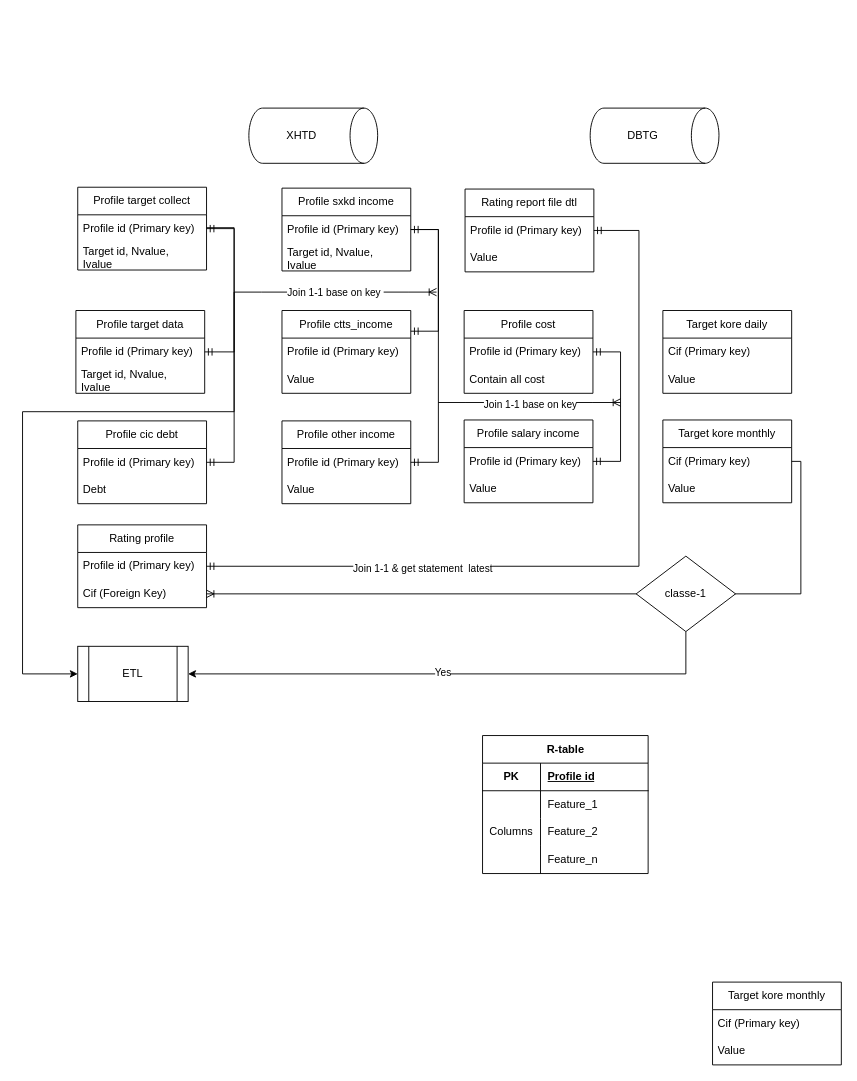
The draw.io diagram Data_model_Bscore.drawio in Midland-tanaka/XHTD, before the edit. Source tidied: cells renumbered, new cells numbered last; positions are measured from the earlier drawing's top-left corner, leaving out a move shared by most shapes. Both pictures are drawn from the tidied source at 92%, with x=0, y=0 at pixel (22, 108).
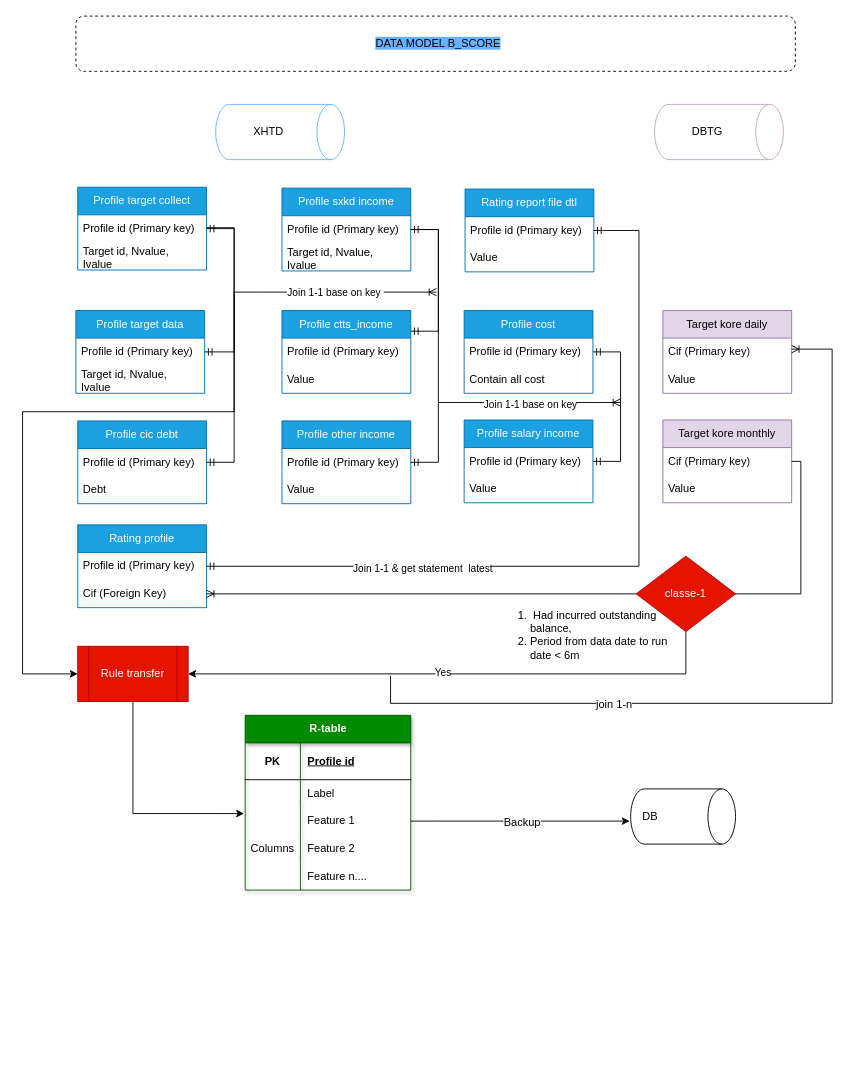
Above is the later version.

Diff of the diagram source:
```diff
@@
+    <mxCell id="73" value="&lt;ol&gt;&lt;li&gt;&amp;nbsp;Had incurred outstanding balance,&lt;/li&gt;&lt;li&gt;Period from data date to run date &amp;lt; 6m&lt;/li&gt;&lt;/ol&gt;" style="text;strokeColor=none;fillColor=none;html=1;whiteSpace=wrap;verticalAlign=middle;overflow=hidden;fontSize=12;fontFamily=Helvetica;fontColor=default;align=left;shadow=1;" parent="1" vertex="1">
+      <mxGeometry x="510" y="530" width="205" height="80" as="geometry" />
+    </mxCell>
-    <mxCell id="2" value="XHTD" style="shape=cylinder3;whiteSpace=wrap;html=1;boundedLbl=1;backgroundOutline=1;size=15;direction=south;" parent="1" vertex="1">
-      <mxGeometry x="246" width="140" height="60" as="geometry" />
+    <mxCell id="2" value="XHTD" style="shape=cylinder3;whiteSpace=wrap;html=1;boundedLbl=1;backgroundOutline=1;size=15;direction=south;labelBackgroundColor=default;strokeColor=#66B2FF;" parent="1" vertex="1">
+      <mxGeometry x="210" y="-4" width="140" height="60" as="geometry" />
     </mxCell>
-    <mxCell id="3" value="Rating profile" style="swimlane;fontStyle=0;horizontal=1;startSize=30;whiteSpace=wrap;html=1;" parent="1" vertex="1">
+    <mxCell id="3" value="Rating profile" style="swimlane;fontStyle=0;horizontal=1;startSize=30;whiteSpace=wrap;html=1;fillColor=#1ba1e2;fontColor=#ffffff;strokeColor=#006EAF;" parent="1" vertex="1">
       <mxGeometry x="60" y="453" width="140" height="90" as="geometry" />
     </mxCell>
@@
-    <mxCell id="6" value="Target kore monthly" style="swimlane;fontStyle=0;horizontal=1;startSize=30;whiteSpace=wrap;html=1;" parent="1" vertex="1">
+    <mxCell id="6" value="Target kore monthly" style="swimlane;fontStyle=0;horizontal=1;startSize=30;whiteSpace=wrap;html=1;fillColor=#e1d5e7;strokeColor=#9673a6;" parent="1" vertex="1">
       <mxGeometry x="696" y="339" width="140" height="90" as="geometry" />
     </mxCell>
@@
-    <mxCell id="9" value="Profile target collect" style="swimlane;fontStyle=0;horizontal=1;startSize=30;whiteSpace=wrap;html=1;" parent="1" vertex="1">
+    <mxCell id="9" value="Profile target collect" style="swimlane;fontStyle=0;horizontal=1;startSize=30;whiteSpace=wrap;html=1;fillColor=#1ba1e2;fontColor=#ffffff;strokeColor=#006EAF;" parent="1" vertex="1">
       <mxGeometry x="60" y="86" width="140" height="90" as="geometry" />
     </mxCell>
@@
-    <mxCell id="12" value="Profile ctts_income" style="swimlane;fontStyle=0;horizontal=1;startSize=30;whiteSpace=wrap;html=1;" parent="1" vertex="1">
+    <mxCell id="12" value="Profile ctts_income" style="swimlane;fontStyle=0;horizontal=1;startSize=30;whiteSpace=wrap;html=1;fillColor=#1ba1e2;fontColor=#ffffff;strokeColor=#006EAF;" parent="1" vertex="1">
       <mxGeometry x="282" y="220" width="140" height="90" as="geometry" />
     </mxCell>
@@
-    <mxCell id="15" value="Target kore monthly" style="swimlane;fontStyle=0;horizontal=1;startSize=30;whiteSpace=wrap;html=1;" parent="1" vertex="1">
-      <mxGeometry x="750" y="950" width="140" height="90" as="geometry" />
-    </mxCell>
-    <mxCell id="16" value="Cif (Primary key)" style="text;strokeColor=none;fillColor=none;align=left;verticalAlign=middle;spacingLeft=4;spacingRight=4;overflow=hidden;whiteSpace=wrap;html=1;" parent="15" vertex="1">
-      <mxGeometry y="30" width="140" height="30" as="geometry" />
-    </mxCell>
-    <mxCell id="17" value="Value" style="text;strokeColor=none;fillColor=none;align=left;verticalAlign=middle;spacingLeft=4;spacingRight=4;overflow=hidden;whiteSpace=wrap;html=1;" parent="15" vertex="1">
-      <mxGeometry y="60" width="140" height="30" as="geometry" />
-    </mxCell>
-    <mxCell id="18" value="Profile cost" style="swimlane;fontStyle=0;horizontal=1;startSize=30;whiteSpace=wrap;html=1;" parent="1" vertex="1">
+    <mxCell id="18" value="Profile cost" style="swimlane;fontStyle=0;horizontal=1;startSize=30;whiteSpace=wrap;html=1;fillColor=#1ba1e2;fontColor=#ffffff;strokeColor=#006EAF;" parent="1" vertex="1">
       <mxGeometry x="480" y="220" width="140" height="90" as="geometry" />
     </mxCell>
@@
-    <mxCell id="21" value="Profile target data" style="swimlane;fontStyle=0;horizontal=1;startSize=30;whiteSpace=wrap;html=1;" parent="1" vertex="1">
+    <mxCell id="21" value="Profile target data" style="swimlane;fontStyle=0;horizontal=1;startSize=30;whiteSpace=wrap;html=1;strokeColor=#006EAF;fillColor=#1ba1e2;fontColor=#ffffff;" parent="1" vertex="1">
       <mxGeometry x="58" y="220" width="140" height="90" as="geometry" />
     </mxCell>
@@
-    <mxCell id="24" value="Profile cic debt" style="swimlane;fontStyle=0;horizontal=1;startSize=30;whiteSpace=wrap;html=1;" parent="1" vertex="1">
+    <mxCell id="24" value="Profile cic debt" style="swimlane;fontStyle=0;horizontal=1;startSize=30;whiteSpace=wrap;html=1;fillColor=#1ba1e2;fontColor=#ffffff;strokeColor=#006EAF;" parent="1" vertex="1">
       <mxGeometry x="60" y="340" width="140" height="90" as="geometry" />
     </mxCell>
@@
-    <mxCell id="27" value="Profile sxkd income" style="swimlane;fontStyle=0;horizontal=1;startSize=30;whiteSpace=wrap;html=1;" parent="1" vertex="1">
+    <mxCell id="27" value="Profile sxkd income" style="swimlane;fontStyle=0;horizontal=1;startSize=30;whiteSpace=wrap;html=1;fillColor=#1ba1e2;fontColor=#ffffff;strokeColor=#006EAF;" parent="1" vertex="1">
       <mxGeometry x="282" y="87" width="140" height="90" as="geometry" />
     </mxCell>
@@
-    <mxCell id="30" value="Profile other income" style="swimlane;fontStyle=0;horizontal=1;startSize=30;whiteSpace=wrap;html=1;" parent="1" vertex="1">
+    <mxCell id="30" value="Profile other income" style="swimlane;fontStyle=0;horizontal=1;startSize=30;whiteSpace=wrap;html=1;fillColor=#1ba1e2;fontColor=#ffffff;strokeColor=#006EAF;" parent="1" vertex="1">
       <mxGeometry x="282" y="340" width="140" height="90" as="geometry" />
     </mxCell>
@@
-    <mxCell id="33" value="Profile salary income" style="swimlane;fontStyle=0;horizontal=1;startSize=30;whiteSpace=wrap;html=1;" parent="1" vertex="1">
+    <mxCell id="33" value="Profile salary income" style="swimlane;fontStyle=0;horizontal=1;startSize=30;whiteSpace=wrap;html=1;fillColor=#1ba1e2;fontColor=#ffffff;strokeColor=#006EAF;" parent="1" vertex="1">
       <mxGeometry x="480" y="339" width="140" height="90" as="geometry" />
     </mxCell>
@@
-    <mxCell id="36" value="DBTG" style="shape=cylinder3;whiteSpace=wrap;html=1;boundedLbl=1;backgroundOutline=1;size=15;direction=south;" parent="1" vertex="1">
-      <mxGeometry x="617" width="140" height="60" as="geometry" />
+    <mxCell id="36" value="DBTG" style="shape=cylinder3;whiteSpace=wrap;html=1;boundedLbl=1;backgroundOutline=1;size=15;direction=south;strokeColor=#CDA2BE;" parent="1" vertex="1">
+      <mxGeometry x="687" y="-4" width="140" height="60" as="geometry" />
     </mxCell>
@@
-    <mxCell id="39" value="Rating report file dtl" style="swimlane;fontStyle=0;horizontal=1;startSize=30;whiteSpace=wrap;html=1;" parent="1" vertex="1">
+    <mxCell id="39" value="Rating report file dtl" style="swimlane;fontStyle=0;horizontal=1;startSize=30;whiteSpace=wrap;html=1;fillColor=#1ba1e2;fontColor=#ffffff;strokeColor=#006EAF;" parent="1" vertex="1">
       <mxGeometry x="481" y="88" width="140" height="90" as="geometry" />
     </mxCell>
@@
-    <mxCell id="42" value="R-table" style="shape=table;startSize=30;childLayout=tableLayout;rowLines=0;fontStyle=1;align=center;html=1;" parent="1" vertex="1">
-      <mxGeometry x="500" y="682" width="180" height="150" as="geometry" />
-    </mxCell>
-    <mxCell id="43" style="shape=tableRow;horizontal=0;startSize=0;swimlaneHead=0;swimlaneBody=0;fillColor=none;top=0;left=0;right=0;bottom=1;" parent="42" vertex="1">
-      <mxGeometry y="30" width="180" height="30" as="geometry" />
-    </mxCell>
-    <mxCell id="44" value="PK" style="shape=partialRectangle;fillColor=none;top=0;left=0;bottom=0;right=0;fontStyle=1;overflow=hidden;whiteSpace=wrap;html=1;" parent="43" vertex="1">
-      <mxGeometry width="63" height="30" as="geometry" />
-    </mxCell>
-    <mxCell id="45" value="Profile id" style="shape=partialRectangle;fillColor=none;top=0;left=0;bottom=0;right=0;align=left;spacingLeft=6;fontStyle=5;overflow=hidden;whiteSpace=wrap;html=1;" parent="43" vertex="1">
-      <mxGeometry x="63" width="117" height="30" as="geometry" />
-    </mxCell>
-    <mxCell id="46" style="shape=tableRow;horizontal=0;startSize=0;swimlaneHead=0;swimlaneBody=0;fillColor=none;top=0;left=0;right=0;bottom=0;" parent="42" vertex="1">
-      <mxGeometry y="60" width="180" height="30" as="geometry" />
-    </mxCell>
-    <mxCell id="47" style="shape=partialRectangle;fillColor=none;top=0;left=0;bottom=0;right=0;overflow=hidden;whiteSpace=wrap;html=1;" parent="46" vertex="1">
-      <mxGeometry width="63" height="30" as="geometry" />
-    </mxCell>
-    <mxCell id="48" value="Feature_1" style="shape=partialRectangle;fillColor=none;top=0;left=0;bottom=0;right=0;align=left;spacingLeft=6;overflow=hidden;whiteSpace=wrap;html=1;" parent="46" vertex="1">
-      <mxGeometry x="63" width="117" height="30" as="geometry" />
-    </mxCell>
-    <mxCell id="49" style="shape=tableRow;horizontal=0;startSize=0;swimlaneHead=0;swimlaneBody=0;fillColor=none;top=0;left=0;right=0;bottom=0;" parent="42" vertex="1">
-      <mxGeometry y="90" width="180" height="30" as="geometry" />
-    </mxCell>
-    <mxCell id="50" value="Columns" style="shape=partialRectangle;fillColor=none;top=0;left=0;bottom=0;right=0;overflow=hidden;whiteSpace=wrap;html=1;" parent="49" vertex="1">
-      <mxGeometry width="63" height="30" as="geometry" />
-    </mxCell>
-    <mxCell id="51" value="Feature_2" style="shape=partialRectangle;fillColor=none;top=0;left=0;bottom=0;right=0;align=left;spacingLeft=6;overflow=hidden;whiteSpace=wrap;html=1;" parent="49" vertex="1">
-      <mxGeometry x="63" width="117" height="30" as="geometry" />
-    </mxCell>
-    <mxCell id="52" style="shape=tableRow;horizontal=0;startSize=0;swimlaneHead=0;swimlaneBody=0;fillColor=none;top=0;left=0;right=0;bottom=0;" parent="42" vertex="1">
-      <mxGeometry y="120" width="180" height="30" as="geometry" />
-    </mxCell>
-    <mxCell id="53" style="shape=partialRectangle;fillColor=none;top=0;left=0;bottom=0;right=0;overflow=hidden;whiteSpace=wrap;html=1;" parent="52" vertex="1">
-      <mxGeometry width="63" height="30" as="geometry" />
-    </mxCell>
-    <mxCell id="54" value="Feature_n" style="shape=partialRectangle;fillColor=none;top=0;left=0;bottom=0;right=0;align=left;spacingLeft=6;overflow=hidden;whiteSpace=wrap;html=1;" parent="52" vertex="1">
-      <mxGeometry x="63" width="117" height="30" as="geometry" />
-    </mxCell>
@@
-    <mxCell id="60" value="Target kore daily" style="swimlane;fontStyle=0;horizontal=1;startSize=30;whiteSpace=wrap;html=1;" parent="1" vertex="1">
+    <mxCell id="60" value="Target kore daily" style="swimlane;fontStyle=0;horizontal=1;startSize=30;whiteSpace=wrap;html=1;fillColor=#e1d5e7;strokeColor=#9673a6;" parent="1" vertex="1">
       <mxGeometry x="696" y="220" width="140" height="90" as="geometry" />
     </mxCell>
@@
-    <mxCell id="68" value="classe-1" style="shape=rhombus;perimeter=rhombusPerimeter;whiteSpace=wrap;html=1;align=center;" parent="1" vertex="1">
+    <mxCell id="68" value="classe-1" style="shape=rhombus;perimeter=rhombusPerimeter;whiteSpace=wrap;html=1;align=center;fillColor=#e51400;fontColor=#ffffff;strokeColor=#B20000;" parent="1" vertex="1">
       <mxGeometry x="667" y="487" width="108" height="82" as="geometry" />
     </mxCell>
@@
-    <mxCell id="71" value="ETL" style="shape=process;whiteSpace=wrap;html=1;backgroundOutline=1;" parent="1" vertex="1">
+    <mxCell id="71" value="Rule transfer" style="shape=process;whiteSpace=wrap;html=1;backgroundOutline=1;fillColor=#e51400;fontColor=#ffffff;strokeColor=#B20000;" parent="1" vertex="1">
       <mxGeometry x="60" y="585" width="120" height="60" as="geometry" />
     </mxCell>
@@
+    <mxCell id="42" value="R-table" style="shape=table;startSize=30;childLayout=tableLayout;rowLines=0;fontStyle=1;align=center;html=1;shadow=1;fillColor=#008a00;fontColor=#ffffff;strokeColor=#005700;" parent="1" vertex="1">
+      <mxGeometry x="242" y="660" width="180" height="190" as="geometry" />
+    </mxCell>
+    <mxCell id="43" style="shape=tableRow;horizontal=0;startSize=0;swimlaneHead=0;swimlaneBody=0;fillColor=none;top=0;left=0;right=0;bottom=1;" parent="42" vertex="1">
+      <mxGeometry y="30" width="180" height="40" as="geometry" />
+    </mxCell>
+    <mxCell id="44" value="PK" style="shape=partialRectangle;fillColor=none;top=0;left=0;bottom=0;right=0;fontStyle=1;overflow=hidden;whiteSpace=wrap;html=1;" parent="43" vertex="1">
+      <mxGeometry width="60" height="40" as="geometry" />
+    </mxCell>
+    <mxCell id="45" value="Profile id" style="shape=partialRectangle;fillColor=none;top=0;left=0;bottom=0;right=0;align=left;spacingLeft=6;fontStyle=5;overflow=hidden;whiteSpace=wrap;html=1;" parent="43" vertex="1">
+      <mxGeometry x="60" width="120" height="40" as="geometry" />
+    </mxCell>
+    <mxCell id="74" style="shape=tableRow;horizontal=0;startSize=0;swimlaneHead=0;swimlaneBody=0;fillColor=none;top=0;left=0;right=0;bottom=0;" parent="42" vertex="1">
+      <mxGeometry y="70" width="180" height="30" as="geometry" />
+    </mxCell>
+    <mxCell id="75" style="shape=partialRectangle;fillColor=none;top=0;left=0;bottom=0;right=0;overflow=hidden;whiteSpace=wrap;html=1;" parent="74" vertex="1">
+      <mxGeometry width="60" height="30" as="geometry" />
+    </mxCell>
+    <mxCell id="76" value="Label" style="shape=partialRectangle;fillColor=none;top=0;left=0;bottom=0;right=0;align=left;spacingLeft=6;overflow=hidden;whiteSpace=wrap;html=1;strokeWidth=0;" parent="74" vertex="1">
+      <mxGeometry x="60" width="120" height="30" as="geometry" />
+    </mxCell>
+    <mxCell id="77" style="shape=tableRow;horizontal=0;startSize=0;swimlaneHead=0;swimlaneBody=0;fillColor=none;points=[[0,0.5],[1,0.5]];portConstraint=eastwest;top=0;left=0;right=0;bottom=0;" parent="42" vertex="1">
+      <mxGeometry y="100" width="180" height="30" as="geometry" />
+    </mxCell>
+    <mxCell id="78" style="shape=partialRectangle;fillColor=none;top=0;left=0;bottom=0;right=0;overflow=hidden;whiteSpace=wrap;html=1;" parent="77" vertex="1">
+      <mxGeometry width="60" height="30" as="geometry" />
+    </mxCell>
+    <mxCell id="79" value="Feature 1" style="shape=partialRectangle;fillColor=none;top=0;left=0;bottom=0;right=0;align=left;spacingLeft=6;overflow=hidden;whiteSpace=wrap;html=1;strokeWidth=0;" parent="77" vertex="1">
+      <mxGeometry x="60" width="120" height="30" as="geometry" />
+    </mxCell>
+    <mxCell id="46" style="shape=tableRow;horizontal=0;startSize=0;swimlaneHead=0;swimlaneBody=0;fillColor=none;top=0;left=0;right=0;bottom=0;" parent="42" vertex="1">
+      <mxGeometry y="130" width="180" height="30" as="geometry" />
+    </mxCell>
+    <mxCell id="47" value="Columns" style="shape=partialRectangle;fillColor=none;top=0;left=0;bottom=0;right=0;overflow=hidden;whiteSpace=wrap;html=1;" parent="46" vertex="1">
+      <mxGeometry width="60" height="30" as="geometry" />
+    </mxCell>
+    <mxCell id="48" value="Feature 2" style="shape=partialRectangle;fillColor=none;top=0;left=0;bottom=0;right=0;align=left;spacingLeft=6;overflow=hidden;whiteSpace=wrap;html=1;strokeWidth=0;" parent="46" vertex="1">
+      <mxGeometry x="60" width="120" height="30" as="geometry" />
+    </mxCell>
+    <mxCell id="80" style="shape=tableRow;horizontal=0;startSize=0;swimlaneHead=0;swimlaneBody=0;fillColor=none;top=0;left=0;right=0;bottom=0;" parent="42" vertex="1">
+      <mxGeometry y="160" width="180" height="30" as="geometry" />
+    </mxCell>
+    <mxCell id="81" style="shape=partialRectangle;fillColor=none;top=0;left=0;bottom=0;right=0;overflow=hidden;whiteSpace=wrap;html=1;" parent="80" vertex="1">
+      <mxGeometry width="60" height="30" as="geometry" />
+    </mxCell>
+    <mxCell id="82" value="Feature n...." style="shape=partialRectangle;fillColor=none;top=0;left=0;bottom=0;right=0;align=left;spacingLeft=6;overflow=hidden;whiteSpace=wrap;html=1;strokeWidth=0;" parent="80" vertex="1">
+      <mxGeometry x="60" width="120" height="30" as="geometry" />
+    </mxCell>
+    <mxCell id="83" style="edgeStyle=orthogonalEdgeStyle;rounded=0;jettySize=auto;html=1;entryX=-0.007;entryY=0.227;entryDx=0;entryDy=0;entryPerimeter=0;fontFamily=Helvetica;fontSize=12;fontColor=default;" parent="1" edge="1" source="71" target="77">
+      <mxGeometry relative="1" as="geometry" />
+    </mxCell>
+    <mxCell id="84" value="DB" style="shape=cylinder3;whiteSpace=wrap;html=1;boundedLbl=1;backgroundOutline=1;size=15;strokeColor=default;align=left;verticalAlign=middle;spacingLeft=6;fontFamily=Helvetica;fontSize=12;fontColor=default;fillColor=none;direction=south;" parent="1" vertex="1">
+      <mxGeometry x="661" y="740" width="114" height="60" as="geometry" />
+    </mxCell>
+    <mxCell id="85" style="edgeStyle=entityRelationEdgeStyle;rounded=0;jettySize=auto;html=1;exitX=1;exitY=0.5;exitDx=0;exitDy=0;fontFamily=Helvetica;fontSize=12;fontColor=default;" parent="1" edge="1" source="77">
+      <mxGeometry relative="1" as="geometry">
+        <mxPoint x="660" y="775" as="targetPoint" />
+      </mxGeometry>
+    </mxCell>
+    <mxCell id="86" value="Backup" style="edgeLabel;html=1;align=center;verticalAlign=middle;fontSize=12;fontFamily=Helvetica;fontColor=default;" parent="85" vertex="1">
+      <mxGeometry x="0.01" y="-1" relative="1" as="geometry" />
+    </mxCell>
+    <mxCell id="87" style="edgeStyle=orthogonalEdgeStyle;fontSize=12;html=1;endArrow=ERoneToMany;rounded=0;fontFamily=Helvetica;fontColor=default;entryX=1;entryY=0.5;entryDx=0;entryDy=0;" parent="1" edge="1">
+      <mxGeometry relative="1" as="geometry">
+        <mxPoint x="400" y="617" as="sourcePoint" />
+        <mxPoint x="836" y="262" as="targetPoint" />
+        <Array as="points">
+          <mxPoint x="400" y="647" />
+          <mxPoint x="880" y="647" />
+          <mxPoint x="880" y="262" />
+        </Array>
+      </mxGeometry>
+    </mxCell>
+    <mxCell id="88" value="join 1-n" style="edgeLabel;html=1;align=center;verticalAlign=middle;fontSize=12;fontFamily=Helvetica;fontColor=default;" parent="87" vertex="1">
+      <mxGeometry x="-0.42" y="-1" relative="1" as="geometry" />
+    </mxCell>
+    <mxCell id="89" value="&lt;span style=&quot;background-color: rgb(102, 178, 255);&quot;&gt;DATA MODEL B_SCORE&lt;/span&gt;" style="rounded=1;whiteSpace=wrap;html=1;align=center;verticalAlign=middle;spacingLeft=6;fontFamily=Helvetica;fontSize=12;dashed=1;" parent="1" vertex="1">
+      <mxGeometry x="58" y="-100" width="782" height="60" as="geometry" />
+    </mxCell>
```
